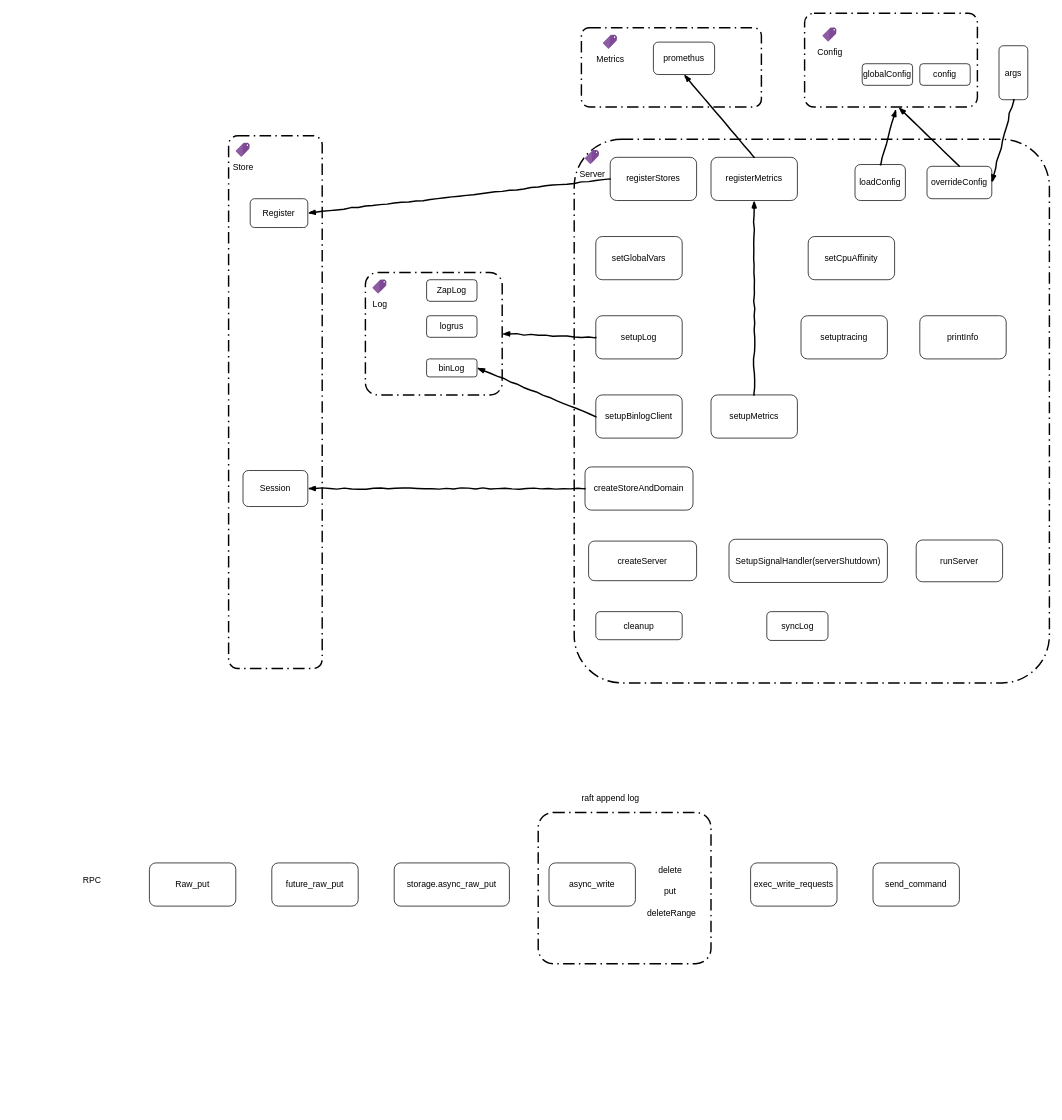
The draw.io diagram tidb-structure.drawio in ReigenAraka/images, before the edit. Source tidied: cells renumbered, new cells numbered last; positions are measured from the earlier drawing's top-left corner, leaving out a move shared by most shapes. Both pictures are drawn from the tidied source at 72%, with x=0, y=0 at pixel (77, 13).
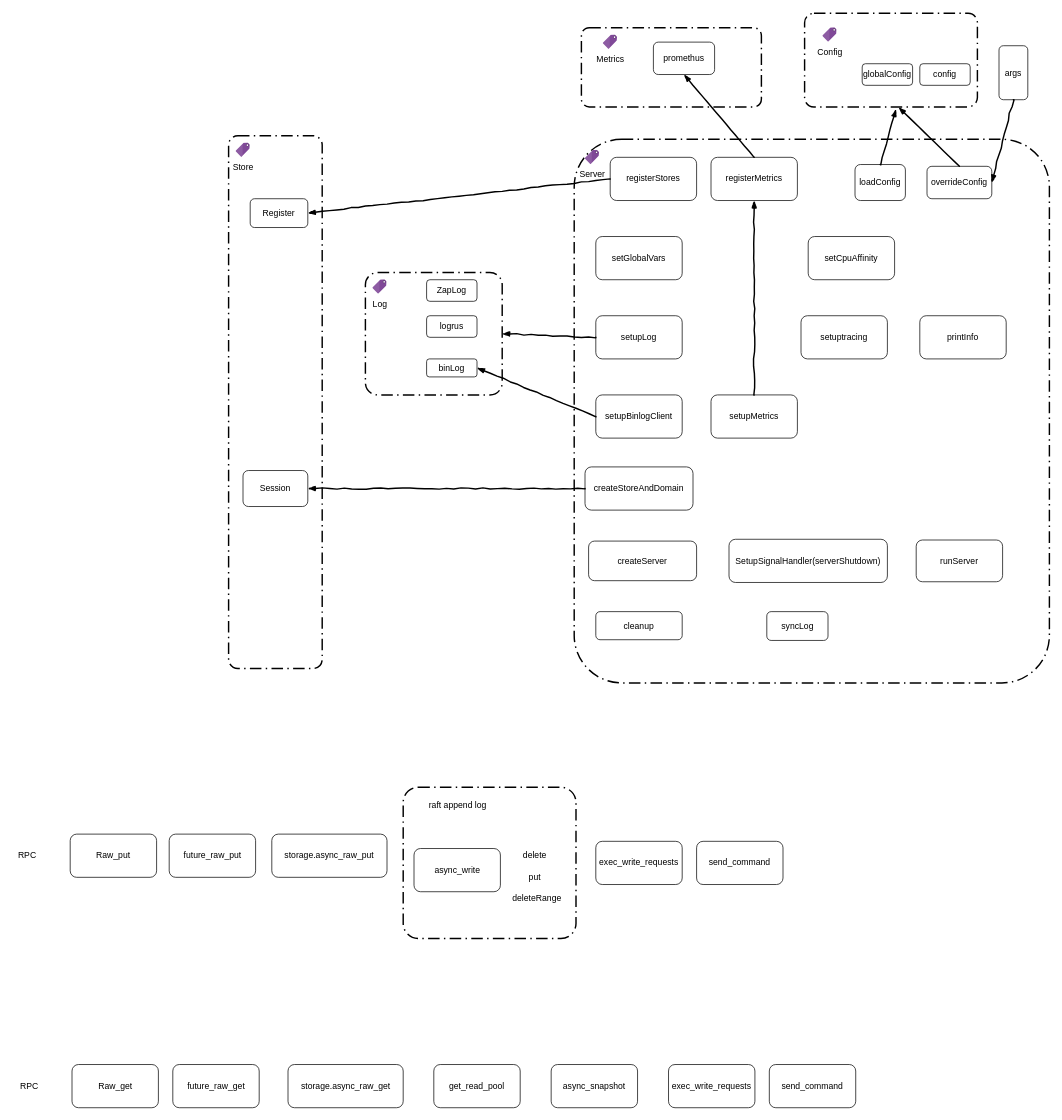
After the change.

Change to the diagram source:
```diff
@@
     <mxCell id="47" value="Raw_put" style="rounded=1;whiteSpace=wrap;html=1;" parent="1" vertex="1">
-      <mxGeometry x="100" y="1180" width="120" height="60" as="geometry" />
+      <mxGeometry x="-10" y="1140" width="120" height="60" as="geometry" />
     </mxCell>
     <mxCell id="48" value="RPC" style="text;html=1;align=center;verticalAlign=middle;" parent="1" vertex="1">
-      <mxGeometry y="1195" width="40" height="20" as="geometry" />
+      <mxGeometry x="-90" y="1160" width="40" height="20" as="geometry" />
     </mxCell>
     <mxCell id="49" value="storage.async_raw_put" style="rounded=1;whiteSpace=wrap;html=1;" parent="1" vertex="1">
-      <mxGeometry x="440" y="1180" width="160" height="60" as="geometry" />
+      <mxGeometry x="270" y="1140" width="160" height="60" as="geometry" />
     </mxCell>
     <mxCell id="50" value="future_raw_put" style="rounded=1;whiteSpace=wrap;html=1;" parent="1" vertex="1">
-      <mxGeometry x="270" y="1180" width="120" height="60" as="geometry" />
+      <mxGeometry x="127.5" y="1140" width="120" height="60" as="geometry" />
     </mxCell>
     <mxCell id="51" value="async_write" style="rounded=1;whiteSpace=wrap;html=1;" parent="1" vertex="1">
-      <mxGeometry x="655" y="1180" width="120" height="60" as="geometry" />
+      <mxGeometry x="467.5" y="1160" width="120" height="60" as="geometry" />
     </mxCell>
     <mxCell id="52" value="delete" style="text;html=1;align=center;verticalAlign=middle;" parent="1" vertex="1">
-      <mxGeometry x="797.5" y="1180" width="50" height="20" as="geometry" />
+      <mxGeometry x="610" y="1160" width="50" height="20" as="geometry" />
     </mxCell>
     <mxCell id="53" value="put" style="text;html=1;align=center;verticalAlign=middle;" parent="1" vertex="1">
-      <mxGeometry x="807.5" y="1210" width="30" height="20" as="geometry" />
+      <mxGeometry x="620" y="1190" width="30" height="20" as="geometry" />
     </mxCell>
     <mxCell id="54" value="deleteRange" style="text;html=1;align=center;verticalAlign=middle;" parent="1" vertex="1">
-      <mxGeometry x="785" y="1240" width="80" height="20" as="geometry" />
+      <mxGeometry x="597.5" y="1220" width="80" height="20" as="geometry" />
     </mxCell>
     <mxCell id="55" value="exec_write_requests" style="rounded=1;whiteSpace=wrap;html=1;" parent="1" vertex="1">
-      <mxGeometry x="935" y="1180" width="120" height="60" as="geometry" />
+      <mxGeometry x="720" y="1150" width="120" height="60" as="geometry" />
     </mxCell>
     <mxCell id="56" value="send_command" style="rounded=1;whiteSpace=wrap;html=1;" parent="1" vertex="1">
-      <mxGeometry x="1105" y="1180" width="120" height="60" as="geometry" />
+      <mxGeometry x="860" y="1150" width="120" height="60" as="geometry" />
     </mxCell>
     <mxCell id="57" style="rounded=1;arcSize=10;dashed=1;fillColor=none;gradientColor=none;dashPattern=8 3 1 3;strokeWidth=2;" parent="1" vertex="1">
-      <mxGeometry x="640" y="1110" width="240" height="210" as="geometry" />
+      <mxGeometry x="452.5" y="1075" width="240" height="210" as="geometry" />
     </mxCell>
     <mxCell id="58" value="raft append log" style="text;html=1;align=center;verticalAlign=middle;" parent="1" vertex="1">
-      <mxGeometry x="690" y="1080" width="100" height="20" as="geometry" />
+      <mxGeometry x="477.5" y="1090" width="100" height="20" as="geometry" />
     </mxCell>
+    <mxCell id="59" value="RPC" style="text;html=1;align=center;verticalAlign=middle;" parent="1" vertex="1">
+      <mxGeometry x="-87.5" y="1480" width="40" height="20" as="geometry" />
+    </mxCell>
+    <mxCell id="60" value="Raw_get" style="rounded=1;whiteSpace=wrap;html=1;" parent="1" vertex="1">
+      <mxGeometry x="-7.5" y="1460" width="120" height="60" as="geometry" />
+    </mxCell>
+    <mxCell id="61" value="future_raw_get" style="rounded=1;whiteSpace=wrap;html=1;" parent="1" vertex="1">
+      <mxGeometry x="132.5" y="1460" width="120" height="60" as="geometry" />
+    </mxCell>
+    <mxCell id="62" value="storage.async_raw_get" style="rounded=1;whiteSpace=wrap;html=1;" parent="1" vertex="1">
+      <mxGeometry x="292.5" y="1460" width="160" height="60" as="geometry" />
+    </mxCell>
+    <mxCell id="63" value="get_read_pool" style="rounded=1;whiteSpace=wrap;html=1;" parent="1" vertex="1">
+      <mxGeometry x="495" y="1460" width="120" height="60" as="geometry" />
+    </mxCell>
+    <mxCell id="64" value="async_snapshot" style="rounded=1;whiteSpace=wrap;html=1;" parent="1" vertex="1">
+      <mxGeometry x="658" y="1460" width="120" height="60" as="geometry" />
+    </mxCell>
+    <mxCell id="65" value="exec_write_requests" style="rounded=1;whiteSpace=wrap;html=1;" parent="1" vertex="1">
+      <mxGeometry x="821" y="1460" width="120" height="60" as="geometry" />
+    </mxCell>
+    <mxCell id="66" value="send_command" style="rounded=1;whiteSpace=wrap;html=1;" parent="1" vertex="1">
+      <mxGeometry x="961" y="1460" width="120" height="60" as="geometry" />
+    </mxCell>
```
